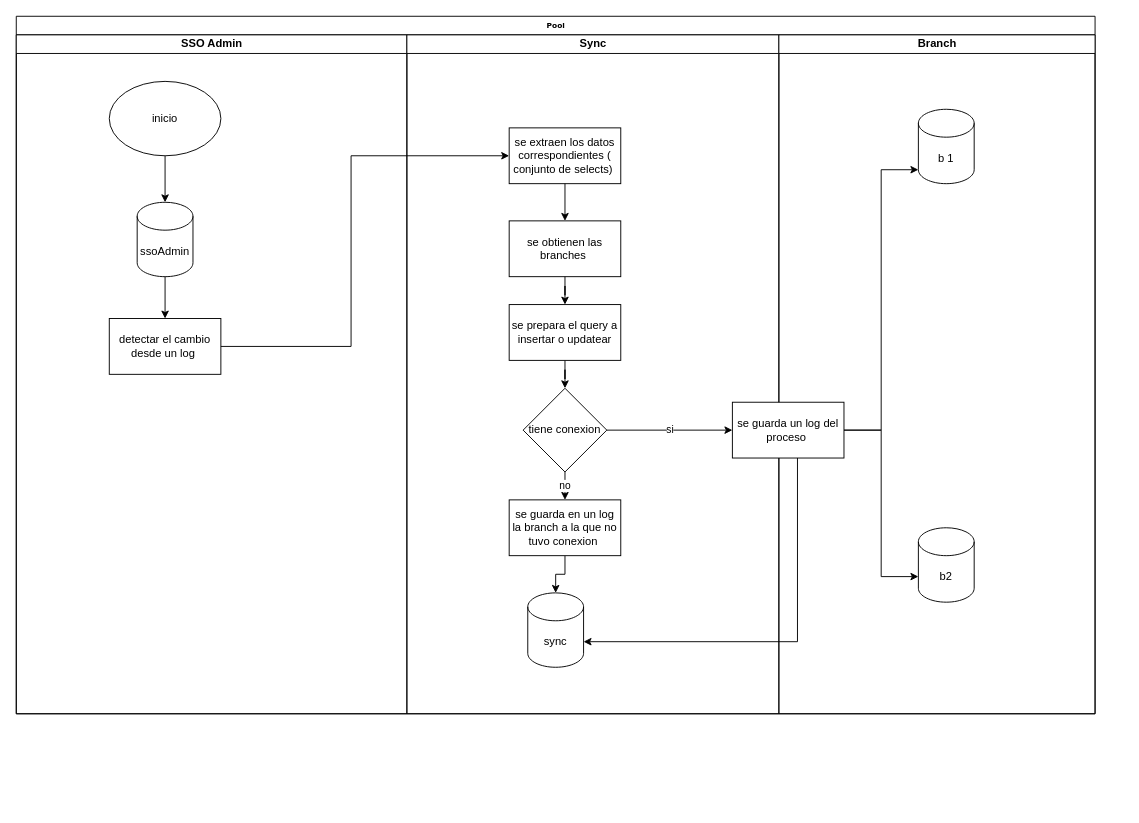
Earlier version of the draw.io diagram Untitled Diagram.drawio (mariaibarra1/mariaibarra1). Source tidied: cells renumbered, new cells numbered last; positions are measured from the earlier drawing's top-left corner, leaving out a move shared by most shapes. Both pictures are drawn from the tidied source at 93%, with x=0, y=0 at pixel (16, 16).
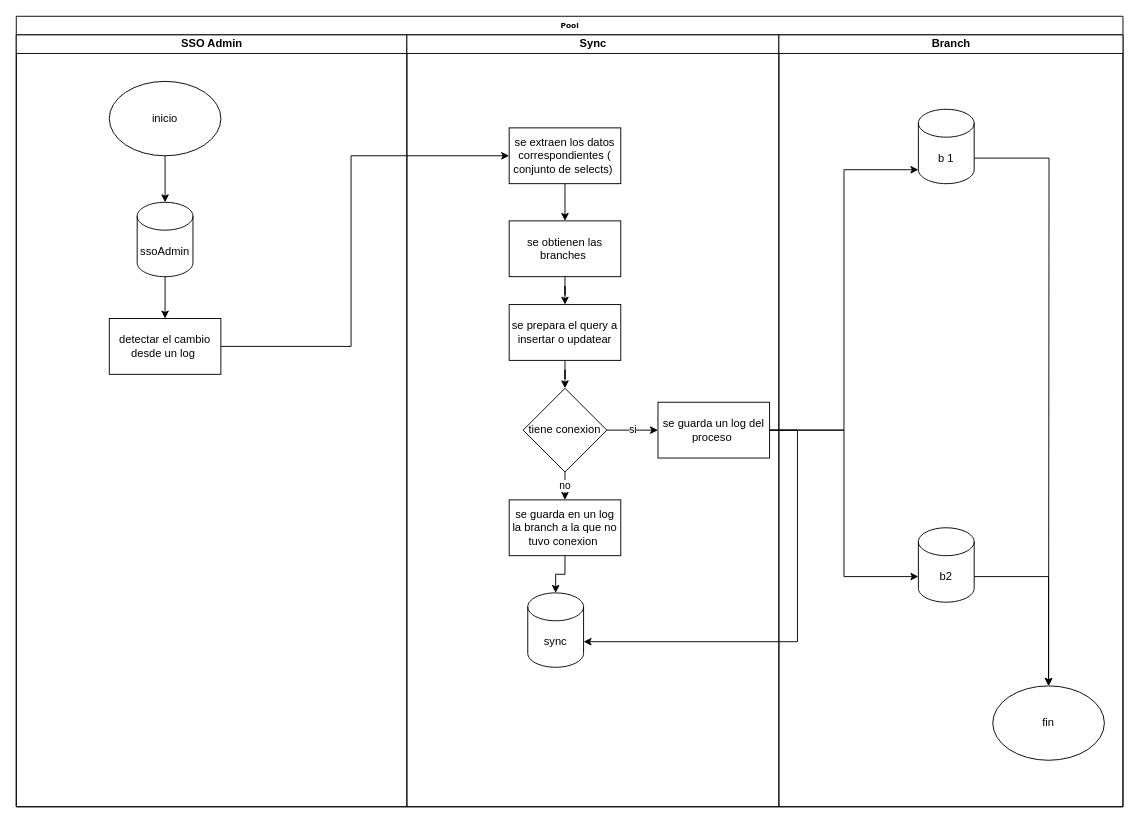
Above is the later version.

Unchanged cells that the change refers to:
```xml
<mxCell id="8" value="detectar el cambio desde un log&amp;nbsp;" style="whiteSpace=wrap;html=1;" parent="3" vertex="1">
  <mxGeometry x="100" y="305" width="120" height="60" as="geometry" />
</mxCell>
<mxCell id="10" value="sync" style="shape=cylinder3;whiteSpace=wrap;html=1;boundedLbl=1;backgroundOutline=1;size=15;" parent="9" vertex="1">
  <mxGeometry x="130" y="600" width="60" height="80" as="geometry" />
</mxCell>
<mxCell id="12" value="se extraen los datos correspondientes ( conjunto de selects)&amp;nbsp;" style="whiteSpace=wrap;html=1;" parent="9" vertex="1">
  <mxGeometry x="110" y="100" width="120" height="60" as="geometry" />
</mxCell>
<mxCell id="15" value="tiene conexion" style="rhombus;whiteSpace=wrap;html=1;" parent="9" vertex="1">
  <mxGeometry x="125" y="380" width="90" height="90" as="geometry" />
</mxCell>
<mxCell id="22" value="b 1" style="shape=cylinder3;whiteSpace=wrap;html=1;boundedLbl=1;backgroundOutline=1;size=15;" parent="21" vertex="1">
  <mxGeometry x="150" y="80" width="60" height="80" as="geometry" />
</mxCell>
<mxCell id="23" value="b2" style="shape=cylinder3;whiteSpace=wrap;html=1;boundedLbl=1;backgroundOutline=1;size=15;" parent="21" vertex="1">
  <mxGeometry x="150" y="530" width="60" height="80" as="geometry" />
</mxCell>
```

Diff of the diagram source:
```diff
@@
     <mxCell id="2" value="Pool" style="swimlane;html=1;startSize=20;rounded=0;shadow=0;labelBackgroundColor=none;strokeWidth=1;fontFamily=Verdana;fontSize=8;align=center;" parent="1" vertex="1">
-      <mxGeometry width="1160" height="750" as="geometry" />
+      <mxGeometry width="1190" height="850" as="geometry" />
     </mxCell>
     <mxCell id="3" value="SSO Admin" style="swimlane;html=1;startSize=20;" parent="2" vertex="1">
-      <mxGeometry y="20" width="420" height="730" as="geometry" />
+      <mxGeometry y="20" width="420" height="830" as="geometry" />
     </mxCell>
@@
     <mxCell id="9" value="Sync" style="swimlane;html=1;startSize=20;" parent="2" vertex="1">
-      <mxGeometry x="420" y="20" width="400" height="730" as="geometry" />
+      <mxGeometry x="420" y="20" width="400" height="830" as="geometry" />
     </mxCell>
@@
+    <mxCell id="26" value="se guarda un log del proceso&amp;nbsp;" style="whiteSpace=wrap;html=1;" parent="9" vertex="1">
+      <mxGeometry x="270" y="395" width="120" height="60" as="geometry" />
+    </mxCell>
+    <mxCell id="29" style="edgeStyle=orthogonalEdgeStyle;rounded=0;jettySize=auto;html=1;entryX=1;entryY=0;entryDx=0;entryDy=52.5;entryPerimeter=0;" parent="9" edge="1" source="26" target="10">
+      <mxGeometry relative="1" as="geometry">
+        <Array as="points">
+          <mxPoint x="420" y="653" />
+        </Array>
+      </mxGeometry>
+    </mxCell>
+    <mxCell id="28" value="si" style="edgeStyle=orthogonalEdgeStyle;rounded=0;jettySize=auto;html=1;" parent="9" edge="1" source="15" target="26">
+      <mxGeometry relative="1" as="geometry" />
+    </mxCell>
     <mxCell id="21" value="Branch" style="swimlane;html=1;startSize=20;" parent="2" vertex="1">
-      <mxGeometry x="820" y="20" width="340" height="730" as="geometry" />
+      <mxGeometry x="820" y="20" width="370" height="830" as="geometry" />
     </mxCell>
@@
+    <mxCell id="27" style="edgeStyle=orthogonalEdgeStyle;rounded=0;jettySize=auto;html=1;" parent="2" edge="1" source="8" target="12">
+      <mxGeometry relative="1" as="geometry">
+        <Array as="points">
+          <mxPoint x="360" y="355" />
+          <mxPoint x="360" y="150" />
+        </Array>
+      </mxGeometry>
+    </mxCell>
+    <mxCell id="25" style="edgeStyle=orthogonalEdgeStyle;rounded=0;jettySize=auto;html=1;entryX=0;entryY=0;entryDx=0;entryDy=52.5;entryPerimeter=0;" parent="2" edge="1" source="26" target="23">
+      <mxGeometry relative="1" as="geometry" />
+    </mxCell>
-    <mxCell id="24" style="edgeStyle=orthogonalEdgeStyle;rounded=0;jettySize=auto;html=1;entryX=0;entryY=1;entryDx=0;entryDy=-15;entryPerimeter=0;" parent="21" edge="1" source="26" target="22">
+    <mxCell id="24" style="edgeStyle=orthogonalEdgeStyle;rounded=0;jettySize=auto;html=1;entryX=0;entryY=1;entryDx=0;entryDy=-15;entryPerimeter=0;" parent="2" edge="1" source="26" target="22">
       <mxGeometry relative="1" as="geometry" />
     </mxCell>
-    <mxCell id="25" style="edgeStyle=orthogonalEdgeStyle;rounded=0;jettySize=auto;html=1;entryX=0;entryY=0;entryDx=0;entryDy=52.5;entryPerimeter=0;" parent="21" edge="1" source="26" target="23">
-      <mxGeometry relative="1" as="geometry" />
-    </mxCell>
-    <mxCell id="26" value="se guarda un log del proceso&amp;nbsp;" style="whiteSpace=wrap;html=1;" parent="21" vertex="1">
-      <mxGeometry x="-50" y="395" width="120" height="60" as="geometry" />
-    </mxCell>
-    <mxCell id="27" style="edgeStyle=orthogonalEdgeStyle;rounded=0;jettySize=auto;html=1;" parent="2" edge="1" source="8" target="12">
-      <mxGeometry relative="1" as="geometry">
-        <Array as="points">
-          <mxPoint x="360" y="355" />
-          <mxPoint x="360" y="150" />
-        </Array>
-      </mxGeometry>
-    </mxCell>
-    <mxCell id="28" value="si" style="edgeStyle=orthogonalEdgeStyle;rounded=0;jettySize=auto;html=1;" parent="2" edge="1" source="15" target="26">
-      <mxGeometry relative="1" as="geometry" />
-    </mxCell>
-    <mxCell id="29" style="edgeStyle=orthogonalEdgeStyle;rounded=0;jettySize=auto;html=1;entryX=1;entryY=0;entryDx=0;entryDy=52.5;entryPerimeter=0;" parent="2" edge="1" source="26" target="10">
-      <mxGeometry relative="1" as="geometry">
-        <Array as="points">
-          <mxPoint x="840" y="673" />
-        </Array>
-      </mxGeometry>
-    </mxCell>
+    <mxCell id="30" style="edgeStyle=orthogonalEdgeStyle;rounded=0;jettySize=auto;html=1;exitX=1;exitY=0;exitDx=0;exitDy=52.5;exitPerimeter=0;" parent="1" edge="1" source="22">
+      <mxGeometry relative="1" as="geometry">
+        <mxPoint x="1110" y="720" as="targetPoint" />
+      </mxGeometry>
+    </mxCell>
+    <mxCell id="31" style="edgeStyle=orthogonalEdgeStyle;rounded=0;jettySize=auto;html=1;exitX=1;exitY=0;exitDx=0;exitDy=52.5;exitPerimeter=0;" parent="1" edge="1" source="23" target="32">
+      <mxGeometry relative="1" as="geometry" />
+    </mxCell>
+    <mxCell id="32" value="fin" style="ellipse;whiteSpace=wrap;html=1;" parent="1" vertex="1">
+      <mxGeometry x="1050" y="720" width="120" height="80" as="geometry" />
+    </mxCell>
```
